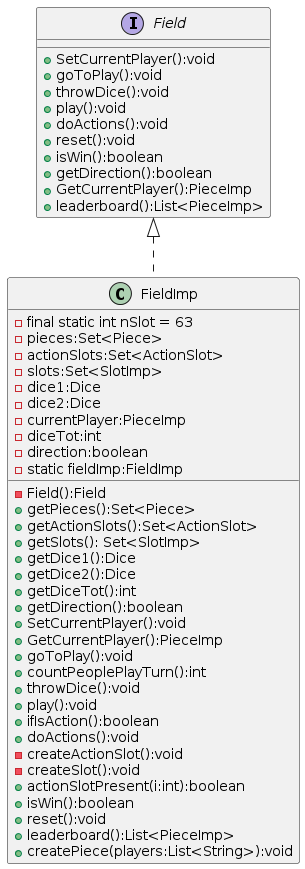
This is Desktop/UML/ModelMaccaroni.png from Macca1508/Progetto_PMO, a PlantUML export, as it was before one commit.
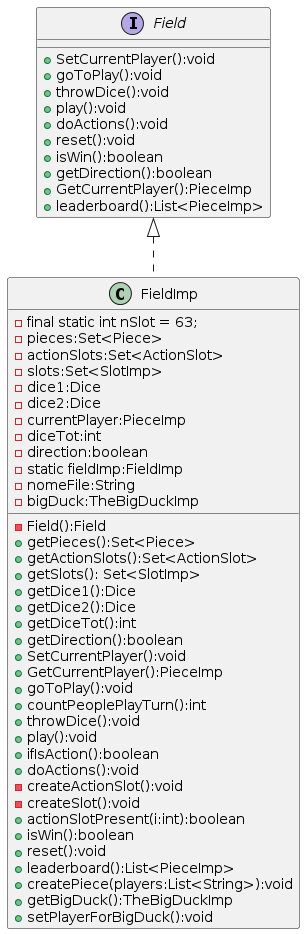
The same file after the commit.

Change to the diagram source:
```diff
@@ -1,6 +1,6 @@
 @startuml
 class FieldImp implements Field {
-	-final static int nSlot = 63
+	-final static int nSlot = 63;
 	-pieces:Set<Piece>
   -actionSlots:Set<ActionSlot>
 	-slots:Set<SlotImp>
@@ -10,6 +10,8 @@
 	-diceTot:int
 	-direction:boolean
 	-static fieldImp:FieldImp
+	-nomeFile:String
+	-bigDuck:TheBigDuckImp
 	-Field():Field
 	+getPieces():Set<Piece>
 	+getActionSlots():Set<ActionSlot>
@@ -33,6 +35,8 @@
 	+reset():void
 	+leaderboard():List<PieceImp>
 	+createPiece(players:List<String>):void
+	+getBigDuck():TheBigDuckImp
+	+setPlayerForBigDuck():void
 }
 
 interface Field {
```
